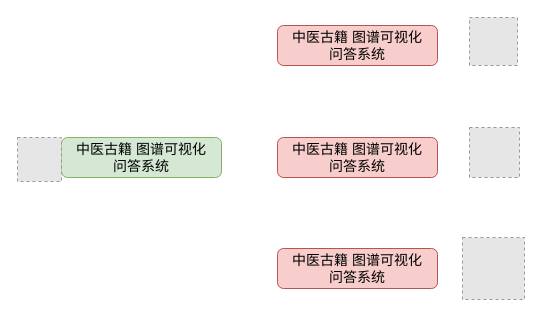
redcomet88/DRAW keeps this draw.io diagram as Neo/五十二病方.drawio. Above is the earlier version. Source tidied: cells renumbered, new cells numbered last; positions are measured from the earlier drawing's top-left corner, leaving out a move shared by most shapes. Both pictures are drawn from the tidied source at 100%, with x=0, y=0 at pixel (17, 17). Pictures stored in the file or linked from it are replaced by grey dashed boxes.
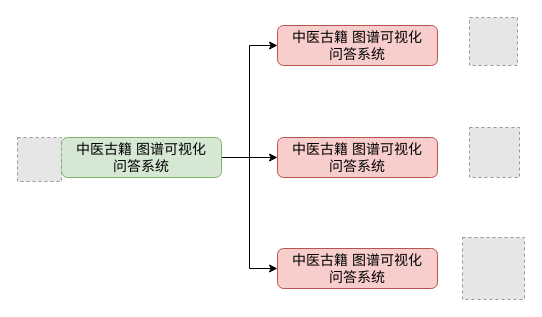
The same page after the edit.

Commit message:
更新五十二病方.drawio

The edit, as a diff of the source:
```diff
@@
 <mxGraphModel>
   <root>
     <mxCell id="0" />
     <mxCell id="1" parent="0" />
+    <mxCell id="10" style="edgeStyle=orthogonalEdgeStyle;rounded=0;jettySize=auto;html=1;exitX=1;exitY=0.5;exitDx=0;exitDy=0;entryX=0;entryY=0.5;entryDx=0;entryDy=0;" parent="1" edge="1" source="2" target="8">
+      <mxGeometry relative="1" as="geometry" />
+    </mxCell>
+    <mxCell id="11" style="edgeStyle=orthogonalEdgeStyle;rounded=0;jettySize=auto;html=1;exitX=1;exitY=0.5;exitDx=0;exitDy=0;entryX=0;entryY=0.5;entryDx=0;entryDy=0;" parent="1" edge="1" source="2" target="7">
+      <mxGeometry relative="1" as="geometry" />
+    </mxCell>
+    <mxCell id="12" style="edgeStyle=orthogonalEdgeStyle;rounded=0;jettySize=auto;html=1;exitX=1;exitY=0.5;exitDx=0;exitDy=0;entryX=0;entryY=0.5;entryDx=0;entryDy=0;" parent="1" edge="1" source="2" target="9">
+      <mxGeometry relative="1" as="geometry" />
+    </mxCell>
     <mxCell id="2" value="中医古籍 图谱可视化&lt;br style=&quot;font-size: 14px;&quot;&gt;问答系统" style="rounded=1;whiteSpace=wrap;html=1;fillColor=#d5e8d4;strokeColor=#82b366;fontSize=14;" parent="1" vertex="1">
       <mxGeometry x="44" y="120" width="160" height="40" as="geometry" />
     </mxCell>
     <mxCell id="3" style="fillColor=#E6E6E6;strokeColor=#999999;dashed=1;verticalLabelPosition=bottom;labelBackgroundColor=default;verticalAlign=top;" parent="1" vertex="1">
       <mxGeometry x="452" width="48" height="48" as="geometry" />
     </mxCell>
     <mxCell id="4" style="fillColor=#E6E6E6;strokeColor=#999999;dashed=1;verticalLabelPosition=bottom;labelBackgroundColor=default;verticalAlign=top;" parent="1" vertex="1">
       <mxGeometry y="120" width="44" height="44" as="geometry" />
     </mxCell>
     <mxCell id="5" style="fillColor=#E6E6E6;strokeColor=#999999;dashed=1;verticalLabelPosition=bottom;labelBackgroundColor=default;verticalAlign=top;" parent="1" vertex="1">
       <mxGeometry x="452" y="110" width="50" height="50" as="geometry" />
     </mxCell>
     <mxCell id="6" style="fillColor=#E6E6E6;strokeColor=#999999;dashed=1;verticalLabelPosition=bottom;labelBackgroundColor=default;verticalAlign=top;" parent="1" vertex="1">
       <mxGeometry x="445" y="220" width="62" height="62" as="geometry" />
     </mxCell>
     <mxCell id="7" value="中医古籍 图谱可视化&lt;br style=&quot;font-size: 14px;&quot;&gt;问答系统" style="rounded=1;whiteSpace=wrap;html=1;fillColor=#f8cecc;strokeColor=#b85450;fontSize=14;" parent="1" vertex="1">
       <mxGeometry x="260" y="120" width="160" height="40" as="geometry" />
     </mxCell>
     <mxCell id="8" value="中医古籍 图谱可视化&lt;br style=&quot;font-size: 14px;&quot;&gt;问答系统" style="rounded=1;whiteSpace=wrap;html=1;fillColor=#f8cecc;strokeColor=#b85450;fontSize=14;" parent="1" vertex="1">
       <mxGeometry x="260" y="8" width="160" height="40" as="geometry" />
     </mxCell>
     <mxCell id="9" value="中医古籍 图谱可视化&lt;br style=&quot;font-size: 14px;&quot;&gt;问答系统" style="rounded=1;whiteSpace=wrap;html=1;fillColor=#f8cecc;strokeColor=#b85450;fontSize=14;" parent="1" vertex="1">
       <mxGeometry x="260" y="231" width="160" height="40" as="geometry" />
     </mxCell>
   </root>
 </mxGraphModel>
```
